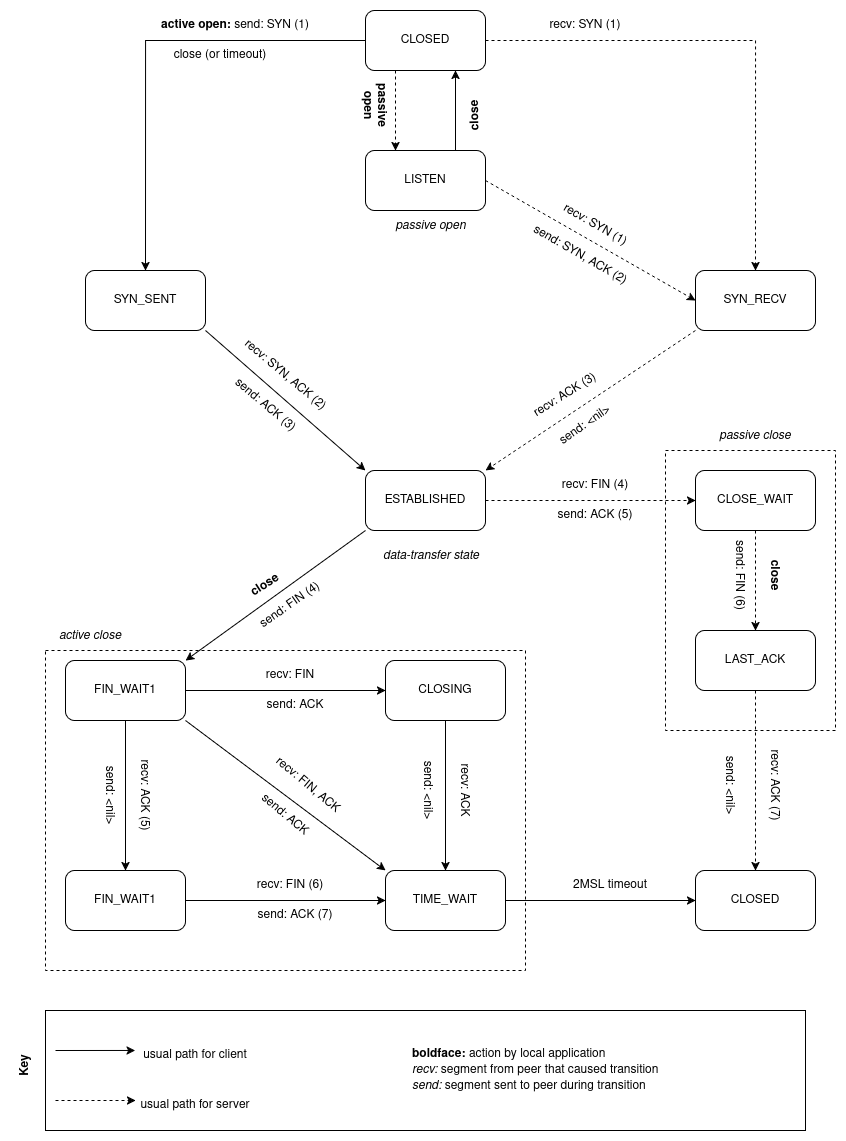
The draw.io diagram docs/assets/tcp_sm.drawio.png in da0p/GithubPage, before a commit. Source tidied: cells renumbered, new cells last; positions are measured from the earlier drawing's top-left corner, leaving out a move shared by most shapes.
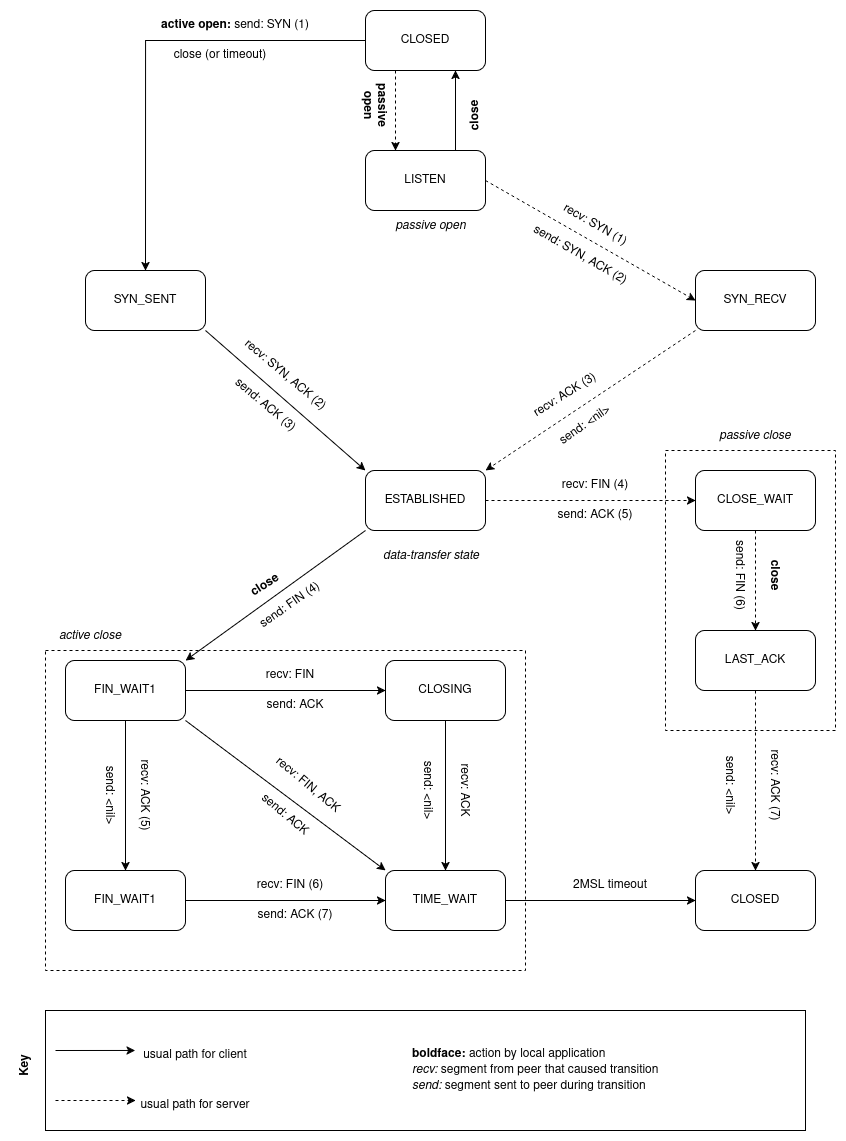
After the commit.

Diff of the diagram source:
```diff
@@ -8,9 +8,6 @@
     <mxCell id="3" style="edgeStyle=orthogonalEdgeStyle;rounded=0;jettySize=auto;html=1;exitX=0;exitY=0.5;exitDx=0;exitDy=0;entryX=0.5;entryY=0;entryDx=0;entryDy=0;" parent="1" edge="1" source="6" target="7">
       <mxGeometry relative="1" as="geometry" />
     </mxCell>
-    <mxCell id="4" style="edgeStyle=orthogonalEdgeStyle;rounded=0;jettySize=auto;html=1;exitX=1;exitY=0.5;exitDx=0;exitDy=0;entryX=0.5;entryY=0;entryDx=0;entryDy=0;dashed=1;" parent="1" edge="1" source="6" target="8">
-      <mxGeometry relative="1" as="geometry" />
-    </mxCell>
     <mxCell id="5" style="edgeStyle=orthogonalEdgeStyle;rounded=0;jettySize=auto;html=1;exitX=0.25;exitY=1;exitDx=0;exitDy=0;entryX=0.25;entryY=0;entryDx=0;entryDy=0;dashed=1;" parent="1" edge="1" source="6" target="13">
       <mxGeometry relative="1" as="geometry" />
     </mxCell>
@@ -29,9 +26,6 @@
     <mxCell id="10" value="close (or timeout)" style="text;html=1;align=center;verticalAlign=middle;whiteSpace=wrap;rounded=0;" parent="1" vertex="1">
       <mxGeometry x="160" y="30" width="130" height="30" as="geometry" />
     </mxCell>
-    <mxCell id="11" value="recv: SYN (1)" style="text;html=1;align=center;verticalAlign=middle;whiteSpace=wrap;rounded=0;" parent="1" vertex="1">
-      <mxGeometry x="540" width="100" height="30" as="geometry" />
-    </mxCell>
     <mxCell id="12" style="edgeStyle=orthogonalEdgeStyle;rounded=0;jettySize=auto;html=1;exitX=0.75;exitY=0;exitDx=0;exitDy=0;entryX=0.75;entryY=1;entryDx=0;entryDy=0;" parent="1" edge="1" source="13" target="6">
       <mxGeometry relative="1" as="geometry" />
     </mxCell>
```
